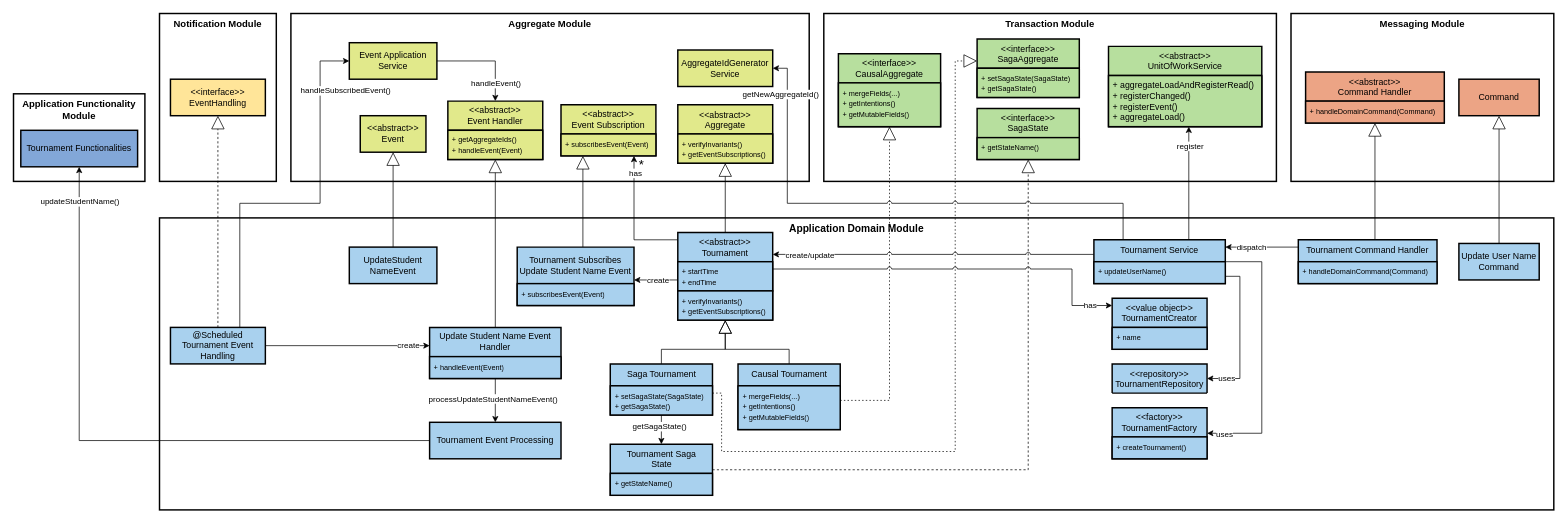
The draw.io diagram data/figs/architecture/layers/layers_app_domain.drawio in socialsoftware/microservices-simulator, before the edit. Source tidied: cells renumbered, new cells numbered last; positions are measured from the earlier drawing's top-left corner, leaving out a move shared by most shapes. Both pictures are drawn from the tidied source at 73%, with x=0, y=0 at pixel (13, 13).
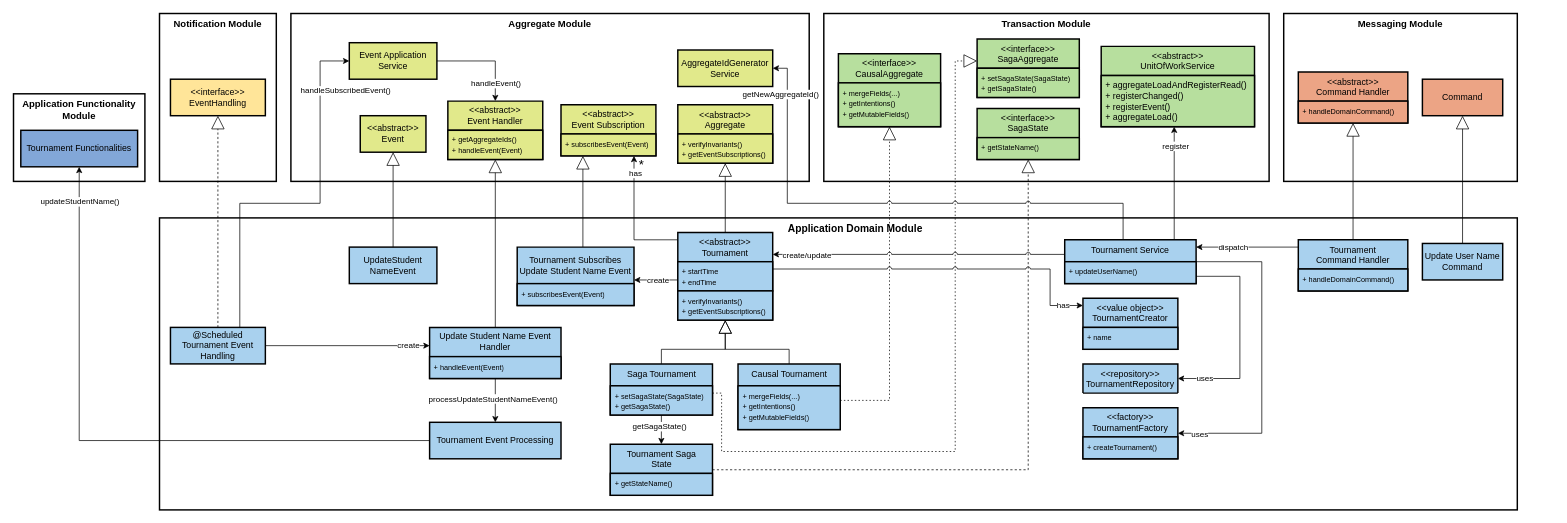
After the change.

The change refers to these unchanged cells:
```xml
<mxCell id="65" value="&amp;lt;&amp;lt;abstract&amp;gt;&amp;gt;&lt;div&gt;Tournament&lt;/div&gt;" style="swimlane;fontStyle=0;horizontal=1;startSize=40;whiteSpace=wrap;html=1;strokeWidth=2;fillColor=#A9D1EE;verticalAlign=top;" parent="1" vertex="1">
  <mxGeometry x="910" y="300" width="130" height="120" as="geometry" />
</mxCell>
```

The edit, as a diff of the source:
```diff
@@
     <mxCell id="5" value="Transaction Module" style="whiteSpace=wrap;strokeWidth=2;verticalAlign=top;fontSize=13;fontStyle=1;" parent="1" vertex="1">
-      <mxGeometry x="1110" width="620" height="230" as="geometry" />
+      <mxGeometry x="1110" width="610" height="230" as="geometry" />
     </mxCell>
@@
-    <mxCell id="7" value="Application Domain Module" style="whiteSpace=wrap;strokeWidth=2;verticalAlign=top;fontSize=14;fontStyle=1;" parent="1" vertex="1">
-      <mxGeometry x="200" y="280" width="1910" height="400" as="geometry" />
+    <mxCell id="7" value="            Application Domain Module" style="whiteSpace=wrap;strokeWidth=2;verticalAlign=top;fontSize=14;fontStyle=1;" parent="1" vertex="1">
+      <mxGeometry x="200" y="280" width="1860" height="400" as="geometry" />
     </mxCell>
@@
     <mxCell id="28" style="edgeStyle=orthogonalEdgeStyle;rounded=0;jettySize=auto;html=1;jumpStyle=arc;" parent="1" edge="1" source="86" target="92">
       <mxGeometry relative="1" as="geometry">
         <Array as="points">
-          <mxPoint x="1610" y="210" />
-          <mxPoint x="1610" y="210" />
+          <mxPoint x="1590" y="200" />
+          <mxPoint x="1590" y="200" />
         </Array>
       </mxGeometry>
     </mxCell>
@@
     <mxCell id="37" value="Messaging Module" style="whiteSpace=wrap;strokeWidth=2;verticalAlign=top;fontSize=13;fontStyle=1;" parent="1" vertex="1">
-      <mxGeometry x="1750" width="360" height="230" as="geometry" />
+      <mxGeometry x="1740" width="320" height="230" as="geometry" />
     </mxCell>
     <mxCell id="38" value="Command" style="whiteSpace=wrap;strokeWidth=2;fillColor=#ECA485;strokeColor=#000000;labelBackgroundColor=none;fontColor=default;textShadow=0;labelBorderColor=none;" parent="1" vertex="1">
-      <mxGeometry x="1980" y="90" width="110" height="50" as="geometry" />
+      <mxGeometry x="1930" y="90" width="110" height="50" as="geometry" />
     </mxCell>
     <mxCell id="39" value="Update User Name&#10;Command" style="whiteSpace=wrap;strokeWidth=2;fillColor=#A9D1EE;strokeColor=#000000;labelBackgroundColor=none;fontColor=default;textShadow=0;labelBorderColor=none;" parent="1" vertex="1">
-      <mxGeometry x="1980" y="315" width="110" height="50" as="geometry" />
+      <mxGeometry x="1930" y="315" width="110" height="50" as="geometry" />
     </mxCell>
     <mxCell id="40" style="edgeStyle=orthogonalEdgeStyle;rounded=0;jettySize=auto;html=1;endArrow=block;endFill=0;endSize=16;jumpStyle=arc;" parent="1" edge="1" source="39" target="38">
       <mxGeometry relative="1" as="geometry">
         <Array as="points">
-          <mxPoint x="2035" y="220" />
-          <mxPoint x="2035" y="220" />
+          <mxPoint x="1985" y="220" />
+          <mxPoint x="1985" y="220" />
         </Array>
       </mxGeometry>
     </mxCell>
     <mxCell id="41" style="edgeStyle=orthogonalEdgeStyle;rounded=0;jettySize=auto;html=1;jumpStyle=arc;" parent="1" edge="1" source="88" target="86">
       <mxGeometry relative="1" as="geometry">
         <Array as="points">
-          <mxPoint x="1740" y="320" />
-          <mxPoint x="1740" y="320" />
+          <mxPoint x="1680" y="320" />
+          <mxPoint x="1680" y="320" />
         </Array>
       </mxGeometry>
     </mxCell>
@@
     <mxCell id="43" style="edgeStyle=orthogonalEdgeStyle;rounded=0;jettySize=auto;html=1;endArrow=block;endFill=0;endSize=16;jumpStyle=arc;" parent="1" edge="1" source="88" target="90">
       <mxGeometry relative="1" as="geometry">
         <Array as="points">
-          <mxPoint x="1865" y="240" />
-          <mxPoint x="1865" y="240" />
+          <mxPoint x="1835" y="250" />
+          <mxPoint x="1835" y="250" />
         </Array>
       </mxGeometry>
     </mxCell>
@@
     <mxCell id="63" style="edgeStyle=orthogonalEdgeStyle;rounded=0;jettySize=auto;html=1;jumpStyle=arc;" parent="1" edge="1" source="65" target="94">
       <mxGeometry relative="1" as="geometry">
         <Array as="points">
-          <mxPoint x="1450" y="350" />
-          <mxPoint x="1450" y="400" />
+          <mxPoint x="1420" y="350" />
+          <mxPoint x="1420" y="400" />
         </Array>
       </mxGeometry>
     </mxCell>
@@
     <mxCell id="86" value="Tournament Service" style="swimlane;fontStyle=0;horizontal=1;startSize=30;whiteSpace=wrap;html=1;strokeWidth=2;fillColor=#A9D1EE;verticalAlign=top;" parent="1" vertex="1">
-      <mxGeometry x="1480" y="310" width="180" height="60" as="geometry" />
+      <mxGeometry x="1440" y="310" width="180" height="60" as="geometry" />
     </mxCell>
@@
-    <mxCell id="88" value="Tournament Command Handler" style="swimlane;fontStyle=0;horizontal=1;startSize=30;whiteSpace=wrap;html=1;strokeWidth=2;fillColor=#A9D1EE;verticalAlign=top;" parent="1" vertex="1">
-      <mxGeometry x="1760" y="310" width="190" height="60" as="geometry" />
+    <mxCell id="88" value="Tournament&lt;div&gt;Command Handler&lt;/div&gt;" style="swimlane;fontStyle=0;horizontal=1;startSize=40;whiteSpace=wrap;html=1;strokeWidth=2;fillColor=#A9D1EE;verticalAlign=top;" parent="1" vertex="1">
+      <mxGeometry x="1760" y="310" width="150" height="70" as="geometry" />
     </mxCell>
-    <mxCell id="89" value="&lt;div&gt;&lt;span style=&quot;font-size: 10px;&quot;&gt;+&amp;nbsp;&lt;/span&gt;&lt;span style=&quot;background-color: transparent; font-size: 10px;&quot;&gt;handleDomainCommand(Command)&lt;/span&gt;&lt;/div&gt;" style="text;strokeColor=default;fillColor=#A9D1EE;align=left;verticalAlign=top;spacingLeft=4;spacingRight=4;overflow=hidden;whiteSpace=wrap;html=1;strokeWidth=2;" parent="88" vertex="1">
-      <mxGeometry y="30" width="190" height="30" as="geometry" />
+    <mxCell id="89" value="&lt;div&gt;&lt;span style=&quot;font-size: 10px;&quot;&gt;+&amp;nbsp;&lt;/span&gt;&lt;span style=&quot;background-color: transparent; font-size: 10px;&quot;&gt;handleDomainCommand()&lt;/span&gt;&lt;/div&gt;" style="text;strokeColor=default;fillColor=#A9D1EE;align=left;verticalAlign=top;spacingLeft=4;spacingRight=4;overflow=hidden;whiteSpace=wrap;html=1;strokeWidth=2;" parent="88" vertex="1">
+      <mxGeometry y="40" width="150" height="30" as="geometry" />
     </mxCell>
     <mxCell id="90" value="&amp;lt;&amp;lt;abstract&amp;gt;&amp;gt;&lt;div&gt;Command Handler&lt;/div&gt;" style="swimlane;fontStyle=0;horizontal=1;startSize=40;whiteSpace=wrap;html=1;strokeWidth=2;fillColor=#ECA485;verticalAlign=top;" parent="1" vertex="1">
-      <mxGeometry x="1770" y="80" width="190" height="70" as="geometry" />
+      <mxGeometry x="1760" y="80" width="150" height="70" as="geometry" />
     </mxCell>
-    <mxCell id="91" value="&lt;div&gt;&lt;span style=&quot;font-size: 10px;&quot;&gt;+&amp;nbsp;&lt;/span&gt;&lt;span style=&quot;background-color: transparent; font-size: 10px;&quot;&gt;handleDomainCommand(Command)&lt;/span&gt;&lt;/div&gt;" style="text;strokeColor=default;fillColor=#ECA485;align=left;verticalAlign=top;spacingLeft=4;spacingRight=4;overflow=hidden;whiteSpace=wrap;html=1;strokeWidth=2;" parent="90" vertex="1">
-      <mxGeometry y="40" width="190" height="30" as="geometry" />
+    <mxCell id="91" value="&lt;div&gt;&lt;span style=&quot;font-size: 10px;&quot;&gt;+&amp;nbsp;&lt;/span&gt;&lt;span style=&quot;background-color: transparent; font-size: 10px;&quot;&gt;handleDomainCommand()&lt;/span&gt;&lt;/div&gt;" style="text;strokeColor=default;fillColor=#ECA485;align=left;verticalAlign=top;spacingLeft=4;spacingRight=4;overflow=hidden;whiteSpace=wrap;html=1;strokeWidth=2;" parent="90" vertex="1">
+      <mxGeometry y="40" width="150" height="30" as="geometry" />
     </mxCell>
     <mxCell id="92" value="&amp;lt;&amp;lt;abstract&amp;gt;&amp;gt;&lt;br style=&quot;padding: 0px; margin: 0px;&quot;&gt;UnitOfWorkService" style="swimlane;fontStyle=0;horizontal=1;startSize=40;whiteSpace=wrap;html=1;strokeWidth=2;fillColor=#B7DF9E;verticalAlign=top;" parent="1" vertex="1">
-      <mxGeometry x="1500" y="45" width="210" height="110" as="geometry" />
+      <mxGeometry x="1490" y="45" width="210" height="110" as="geometry" />
     </mxCell>
@@
     <mxCell id="94" value="&amp;lt;&amp;lt;value object&amp;gt;&amp;gt;&lt;div&gt;TournamentCreator&lt;/div&gt;" style="swimlane;fontStyle=0;horizontal=1;startSize=40;whiteSpace=wrap;html=1;strokeWidth=2;fillColor=#A9D1EE;verticalAlign=top;" parent="1" vertex="1">
-      <mxGeometry x="1505" y="390" width="130" height="70" as="geometry" />
+      <mxGeometry x="1465" y="390" width="130" height="70" as="geometry" />
     </mxCell>
@@
     <mxCell id="96" value="&amp;lt;&amp;lt;repository&amp;gt;&amp;gt;&lt;div&gt;TournamentRepository&lt;/div&gt;" style="swimlane;fontStyle=0;horizontal=1;startSize=40;whiteSpace=wrap;html=1;strokeWidth=2;fillColor=#A9D1EE;verticalAlign=top;" parent="1" vertex="1">
-      <mxGeometry x="1505" y="480" width="130" height="40" as="geometry" />
+      <mxGeometry x="1465" y="480" width="130" height="40" as="geometry" />
     </mxCell>
     <mxCell id="97" value="&amp;lt;&amp;lt;factory&amp;gt;&amp;gt;&lt;div&gt;TournamentFactory&lt;/div&gt;" style="swimlane;fontStyle=0;horizontal=1;startSize=40;whiteSpace=wrap;html=1;strokeWidth=2;fillColor=#A9D1EE;verticalAlign=top;" parent="1" vertex="1">
-      <mxGeometry x="1505" y="540" width="130" height="70" as="geometry" />
+      <mxGeometry x="1465" y="540" width="130" height="70" as="geometry" />
     </mxCell>
```
